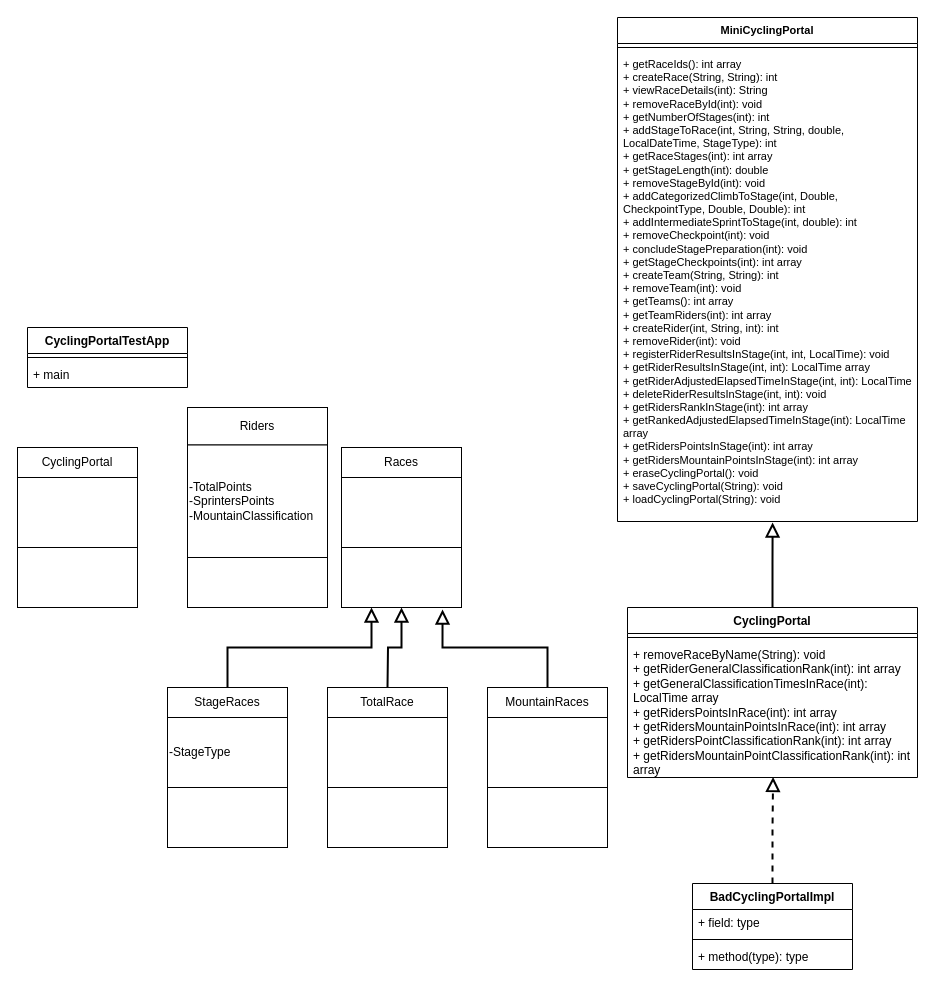
Above: OOPCyclingUML.drawio in Negativity7477/Bike-Racing (draw.io), before the change. Source tidied: cells renumbered, new cells numbered last; positions are measured from the earlier drawing's top-left corner, leaving out a move shared by most shapes. Both pictures are drawn from the tidied source at 100%, with x=0, y=0 at pixel (17, 17).
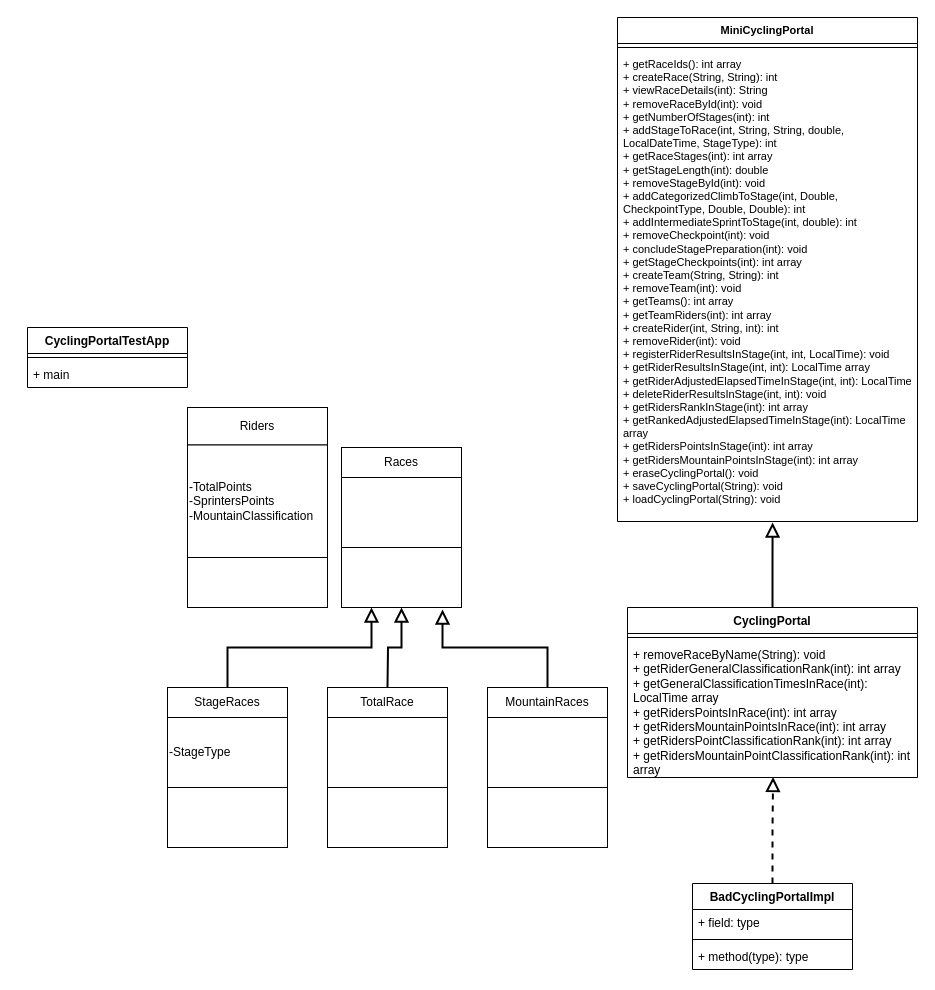
The same page after the edit.

What changed in the source:
```diff
@@
-    <mxCell id="5" style="group;" parent="1" vertex="1">
-      <mxGeometry y="430" width="120" height="160" as="geometry" />
-    </mxCell>
-    <mxCell id="6" value="CyclingPortal" style="rounded=0;whiteSpace=wrap;html=1;" parent="5" vertex="1">
-      <mxGeometry width="120" height="30" as="geometry" />
-    </mxCell>
-    <mxCell id="7" style="rounded=0;whiteSpace=wrap;html=1;" parent="5" vertex="1">
-      <mxGeometry y="30" width="120" height="70" as="geometry" />
-    </mxCell>
-    <mxCell id="8" style="rounded=0;whiteSpace=wrap;html=1;" parent="5" vertex="1">
-      <mxGeometry y="100" width="120" height="60" as="geometry" />
-    </mxCell>
```
